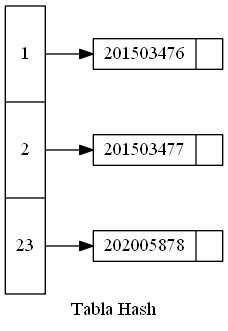
Earlier version of the Graphviz export EDD_Proyecto2/Reportes/Hash.png (hr9457/EDD_1S2020_PY2_201314296). Its source is kept beside it as EDD_Proyecto2/ArchivosDot/Hash.dot. Its diagram source:
```dot
digraph TablaHas{
nodesep=0.08;
rankdir=LR;
node [shape=record,width=0.1,height=0.1];
nodo0 [label = "  <f0>1| <f1>2| <f2>23 " , height=3];
nodo1[label = " {201503476|}"];
nodo2[label = " {201503477|}"];
nodo3[label = " {202005878|}"];

nodo0:f0->nodo1
nodo0:f1->nodo2
nodo0:f2->nodo3
label = " Tabla Hash ";
}
```
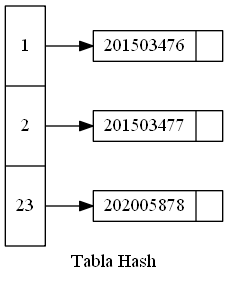
After the commit.

Diff of the diagram source:
```diff
@@ -2,7 +2,7 @@
 nodesep=0.08;
 rankdir=LR;
 node [shape=record,width=0.1,height=0.1];
-nodo0 [label = "  <f0>1| <f1>2| <f2>23 " , height=3];
+nodo0 [label = "  <f0>1| <f1>2| <f2>23 " , height=2.5];
 nodo1[label = " {201503476|}"];
 nodo2[label = " {201503477|}"];
 nodo3[label = " {202005878|}"];
```
